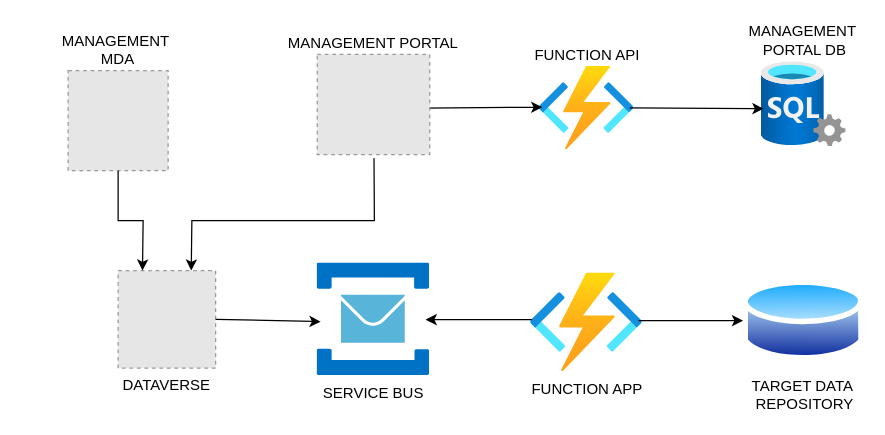
Earlier version of the draw.io diagram docs/architecture.drawio (gashupl/dataverse-sync). Source tidied: cells renumbered, new cells numbered last; positions are measured from the earlier drawing's top-left corner, leaving out a move shared by most shapes. Both pictures are drawn from the tidied source at 125%, with x=0, y=0 at pixel (68, 54). Pictures stored in the file or linked from it are replaced by grey dashed boxes.
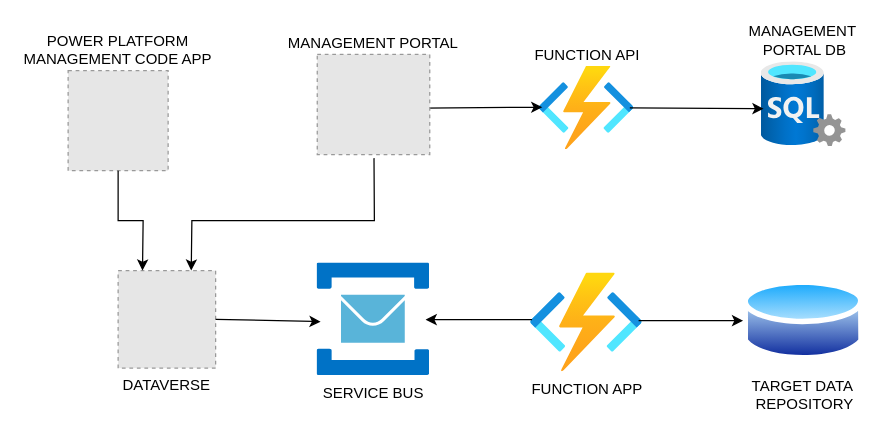
The same page after the edit.

Commit message (it also covers changes not shown here):
architecture diagram update

The edit, as a diff of the source:
```diff
@@
-    <mxCell id="8" value="MANAGEMENT &#10;MDA" style="fillColor=#E6E6E6;strokeColor=#999999;dashed=1;verticalLabelPosition=top;labelBackgroundColor=default;verticalAlign=bottom;labelPosition=center;align=center;" parent="1" vertex="1">
+    <mxCell id="8" value="POWER PLATFORM&#10;MANAGEMENT CODE APP" style="fillColor=#E6E6E6;strokeColor=#999999;dashed=1;verticalLabelPosition=top;labelBackgroundColor=default;verticalAlign=bottom;labelPosition=center;align=center;" parent="1" vertex="1">
       <mxGeometry y="13" width="80" height="80" as="geometry" />
     </mxCell>
```
